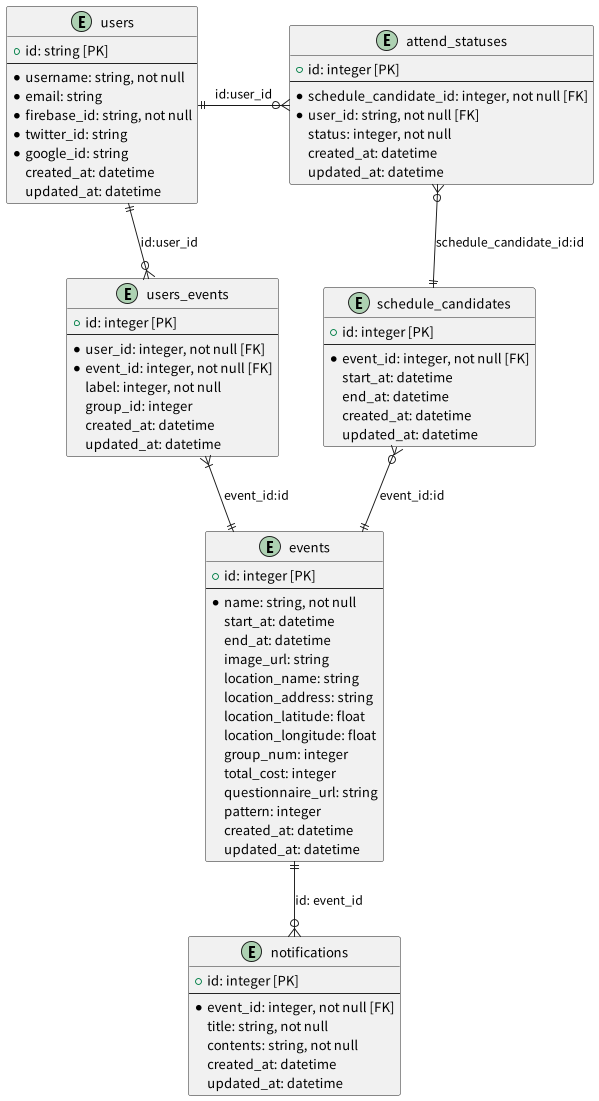
Before: docs/plantuml/er.png, a diagram exported from PlantUML (ITK13201/schetify-api).
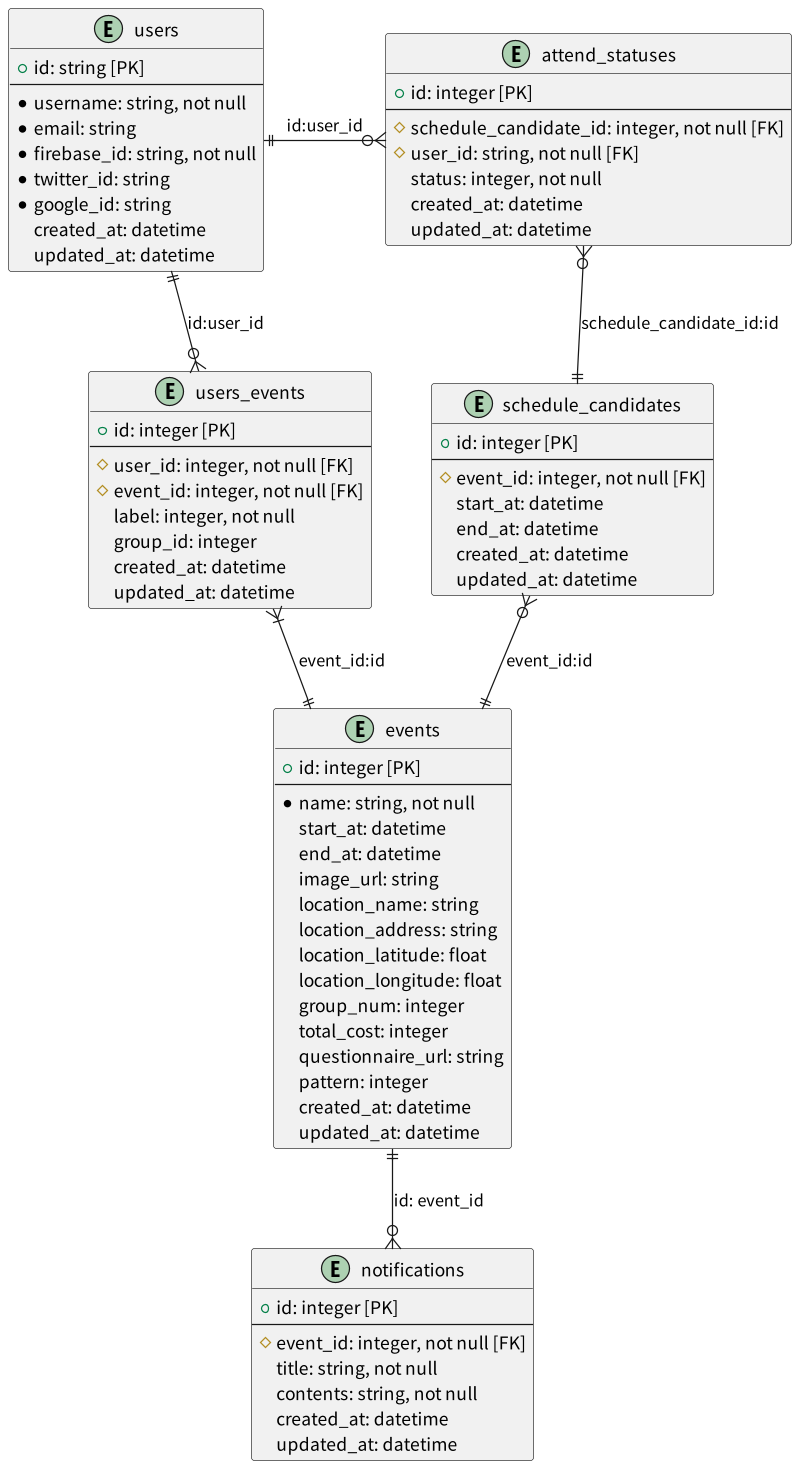
Above is the later version.

Diff of the diagram source:
```diff
@@ -17,8 +17,8 @@
 entity users_events {
     + id: integer [PK]
     --
-    * user_id: integer, not null [FK]
-    * event_id: integer, not null [FK]
+    # user_id: integer, not null [FK]
+    # event_id: integer, not null [FK]
     label: integer, not null
     group_id: integer
     created_at: datetime
@@ -47,7 +47,7 @@
 entity notifications {
     + id: integer [PK]
     --
-    * event_id: integer, not null [FK]
+    # event_id: integer, not null [FK]
     title: string, not null
     contents: string, not null
     created_at: datetime
@@ -57,8 +57,8 @@
 entity attend_statuses {
     + id: integer [PK]
     --
-    * schedule_candidate_id: integer, not null [FK]
-    * user_id: string, not null [FK]
+    # schedule_candidate_id: integer, not null [FK]
+    # user_id: string, not null [FK]
     status: integer, not null
     created_at: datetime
     updated_at: datetime
@@ -67,7 +67,7 @@
 entity schedule_candidates {
     + id: integer [PK]
     --
-    * event_id: integer, not null [FK]
+    # event_id: integer, not null [FK]
     start_at: datetime
     end_at: datetime
     created_at: datetime
```
